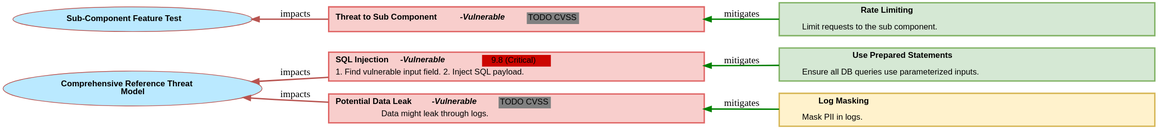
Earlier version of the PlantUML export threat-model-tool-js/test-output/img/FullFeature_ATTACKTREE.svg (corda/threat-model-tool). Its source is kept beside it as threat-model-tool-js/test-output/img/FullFeature_ATTACKTREE.puml.
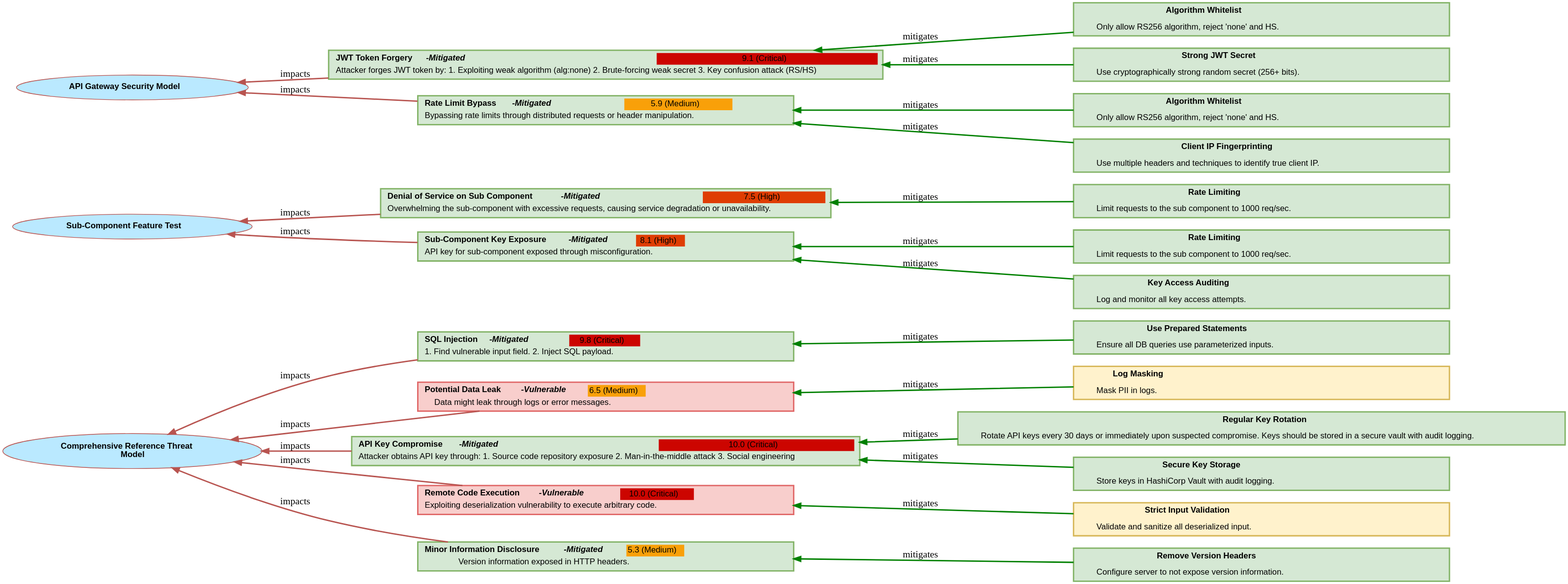
After the commit.

Diff of the diagram source:
```diff
@@ -12,11 +12,11 @@
      <b>Model</b>
    </td></tr>
  </table>>]
-"THREAT_SQL_INJECTION" [ fillcolor="#F8CECC", style=filled, shape=polygon, color="#E06666", penwidth=2,
+"THREAT_SQL_INJECTION" [ fillcolor="#D5E8D4", style=filled, shape=polygon, color="#82B366", penwidth=2,
     URL="../index.html#THREAT_SQL_INJECTION",  target="_top",
     label=
     <<table border="0" cellborder="0" cellspacing="0" width="530">
-     <tr><td align="left"><b>SQL Injection <i>-Vulnerable</i></b>
+     <tr><td align="left"><b>SQL Injection <i>-Mitigated</i></b>
      </td>  <td BGCOLOR="#cc0500">9.8 (Critical)</td></tr>
      <tr><td align="center" COLSPAN="2">1. Find vulnerable input field. 2. Inject SQL payload. </td></tr>
    </table>>
@@ -41,8 +41,8 @@
     label=
     <<table border="0" cellborder="0" cellspacing="0" width="530">
      <tr><td align="left"><b>Potential Data Leak <i>-Vulnerable</i></b>
-     </td>  <td BGCOLOR="gray">TODO CVSS</td></tr>
-     <tr><td align="center" COLSPAN="2">Data might leak through logs.</td></tr>
+     </td>  <td BGCOLOR="#f9a009">6.5 (Medium)</td></tr>
+     <tr><td align="center" COLSPAN="2">Data might leak through logs or error messages.</td></tr>
    </table>>
 ];
 
@@ -60,6 +60,91 @@
 
 "THREAT_DATA_LEAK_countermeasure0" -> "THREAT_DATA_LEAK" [label = " mitigates", style="solid", color="green", penwidth=2]
 "THREAT_DATA_LEAK" -> "FullFeature" [label="impacts ", color="#B85450", style="solid", penwidth=2]
+"THREAT_KEY_COMPROMISE" [ fillcolor="#D5E8D4", style=filled, shape=polygon, color="#82B366", penwidth=2,
+    URL="../index.html#THREAT_KEY_COMPROMISE",  target="_top",
+    label=
+    <<table border="0" cellborder="0" cellspacing="0" width="530">
+     <tr><td align="left"><b>API Key Compromise <i>-Mitigated</i></b>
+     </td>  <td BGCOLOR="#cc0500">10.0 (Critical)</td></tr>
+     <tr><td align="center" COLSPAN="2">Attacker obtains API key through: 1. Source code repository exposure 2. Man-in-the-middle attack 3. Social engineering </td></tr>
+   </table>>
+];
+
+"THREAT_KEY_COMPROMISE_countermeasure0" [
+    fillcolor="#D5E8D4", style=filled, shape=polygon, penwidth=2,
+    color="#82B366",
+    label=
+    <<table border="0" cellborder="0" cellspacing="0" width="530">
+      <tr><td align="left">
+        <b>Regular Key Rotation</b><br/><br/>
+        Rotate API keys every 30 days or immediately upon suspected compromise. Keys should be stored in a secure vault with audit logging.
+      </td></tr>
+    </table>>
+]
+
+"THREAT_KEY_COMPROMISE_countermeasure0" -> "THREAT_KEY_COMPROMISE" [label = " mitigates", style="solid", color="green", penwidth=2]
+"THREAT_KEY_COMPROMISE_countermeasure1" [
+    fillcolor="#D5E8D4", style=filled, shape=polygon, penwidth=2,
+    color="#82B366",
+    label=
+    <<table border="0" cellborder="0" cellspacing="0" width="530">
+      <tr><td align="left">
+        <b>Secure Key Storage</b><br/><br/>
+        Store keys in HashiCorp Vault with audit logging.
+      </td></tr>
+    </table>>
+]
+
+"THREAT_KEY_COMPROMISE_countermeasure1" -> "THREAT_KEY_COMPROMISE" [label = " mitigates", style="solid", color="green", penwidth=2]
+"THREAT_KEY_COMPROMISE" -> "FullFeature" [label="impacts ", color="#B85450", style="solid", penwidth=2]
+"THREAT_RCE" [ fillcolor="#F8CECC", style=filled, shape=polygon, color="#E06666", penwidth=2,
+    URL="../index.html#THREAT_RCE",  target="_top",
+    label=
+    <<table border="0" cellborder="0" cellspacing="0" width="530">
+     <tr><td align="left"><b>Remote Code Execution <i>-Vulnerable</i></b>
+     </td>  <td BGCOLOR="#cc0500">10.0 (Critical)</td></tr>
+     <tr><td align="center" COLSPAN="2">Exploiting deserialization vulnerability to execute arbitrary code. </td></tr>
+   </table>>
+];
+
+"THREAT_RCE_countermeasure0" [
+    fillcolor="#FFF2CC", style=filled, shape=polygon, penwidth=2,
+    color="#D6B656",
+    label=
+    <<table border="0" cellborder="0" cellspacing="0" width="530">
+      <tr><td align="left">
+        <b>Strict Input Validation</b><br/><br/>
+        Validate and sanitize all deserialized input.
+      </td></tr>
+    </table>>
+]
+
+"THREAT_RCE_countermeasure0" -> "THREAT_RCE" [label = " mitigates", style="solid", color="green", penwidth=2]
+"THREAT_RCE" -> "FullFeature" [label="impacts ", color="#B85450", style="solid", penwidth=2]
+"THREAT_INFO_DISCLOSURE" [ fillcolor="#D5E8D4", style=filled, shape=polygon, color="#82B366", penwidth=2,
+    URL="../index.html#THREAT_INFO_DISCLOSURE",  target="_top",
+    label=
+    <<table border="0" cellborder="0" cellspacing="0" width="530">
+     <tr><td align="left"><b>Minor Information Disclosure <i>-Mitigated</i></b>
+     </td>  <td BGCOLOR="#f9a009">5.3 (Medium)</td></tr>
+     <tr><td align="center" COLSPAN="2">Version information exposed in HTTP headers.</td></tr>
+   </table>>
+];
+
+"THREAT_INFO_DISCLOSURE_countermeasure0" [
+    fillcolor="#D5E8D4", style=filled, shape=polygon, penwidth=2,
+    color="#82B366",
+    label=
+    <<table border="0" cellborder="0" cellspacing="0" width="530">
+      <tr><td align="left">
+        <b>Remove Version Headers</b><br/><br/>
+        Configure server to not expose version information.
+      </td></tr>
+    </table>>
+]
+
+"THREAT_INFO_DISCLOSURE_countermeasure0" -> "THREAT_INFO_DISCLOSURE" [label = " mitigates", style="solid", color="green", penwidth=2]
+"THREAT_INFO_DISCLOSURE" -> "FullFeature" [label="impacts ", color="#B85450", style="solid", penwidth=2]
 "SubComponent" [fillcolor="#bae9ff", style=filled, shape=ellipse, color="#B85450",
  label=
  <<table border="0" cellborder="0" cellspacing="0">
@@ -67,29 +152,147 @@
      <b>Sub-Component Feature Test</b>
    </td></tr>
  </table>>]
-"SUB_THREAT" [ fillcolor="#F8CECC", style=filled, shape=polygon, color="#E06666", penwidth=2,
-    URL="../index.html#SUB_THREAT",  target="_top",
+"SUB_THREAT_DOS" [ fillcolor="#D5E8D4", style=filled, shape=polygon, color="#82B366", penwidth=2,
+    URL="../index.html#SUB_THREAT_DOS",  target="_top",
     label=
     <<table border="0" cellborder="0" cellspacing="0" width="530">
-     <tr><td align="left"><b>Threat to Sub Component <i>-Vulnerable</i></b>
-     </td>  <td BGCOLOR="gray">TODO CVSS</td></tr>
-     <tr><td align="center" COLSPAN="2"></td></tr>
+     <tr><td align="left"><b>Denial of Service on Sub Component <i>-Mitigated</i></b>
+     </td>  <td BGCOLOR="#df3d03">7.5 (High)</td></tr>
+     <tr><td align="center" COLSPAN="2">Overwhelming the sub-component with excessive requests, causing service degradation or unavailability. </td></tr>
    </table>>
 ];
 
-"SUB_THREAT_countermeasure0" [
+"SUB_THREAT_DOS_countermeasure0" [
     fillcolor="#D5E8D4", style=filled, shape=polygon, penwidth=2,
     color="#82B366",
     label=
     <<table border="0" cellborder="0" cellspacing="0" width="530">
       <tr><td align="left">
         <b>Rate Limiting</b><br/><br/>
-        Limit requests to the sub component.
+        Limit requests to the sub component to 1000 req/sec.
       </td></tr>
     </table>>
 ]
 
-"SUB_THREAT_countermeasure0" -> "SUB_THREAT" [label = " mitigates", style="solid", color="green", penwidth=2]
-"SUB_THREAT" -> "SubComponent" [label="impacts ", color="#B85450", style="solid", penwidth=2]
+"SUB_THREAT_DOS_countermeasure0" -> "SUB_THREAT_DOS" [label = " mitigates", style="solid", color="green", penwidth=2]
+"SUB_THREAT_DOS" -> "SubComponent" [label="impacts ", color="#B85450", style="solid", penwidth=2]
+"SUB_THREAT_KEY_LEAK" [ fillcolor="#D5E8D4", style=filled, shape=polygon, color="#82B366", penwidth=2,
+    URL="../index.html#SUB_THREAT_KEY_LEAK",  target="_top",
+    label=
+    <<table border="0" cellborder="0" cellspacing="0" width="530">
+     <tr><td align="left"><b>Sub-Component Key Exposure <i>-Mitigated</i></b>
+     </td>  <td BGCOLOR="#df3d03">8.1 (High)</td></tr>
+     <tr><td align="center" COLSPAN="2">API key for sub-component exposed through misconfiguration.</td></tr>
+   </table>>
+];
+
+"SUB_THREAT_KEY_LEAK_countermeasure0" [
+    fillcolor="#D5E8D4", style=filled, shape=polygon, penwidth=2,
+    color="#82B366",
+    label=
+    <<table border="0" cellborder="0" cellspacing="0" width="530">
+      <tr><td align="left">
+        <b>Rate Limiting</b><br/><br/>
+        Limit requests to the sub component to 1000 req/sec.
+      </td></tr>
+    </table>>
+]
+
+"SUB_THREAT_KEY_LEAK_countermeasure0" -> "SUB_THREAT_KEY_LEAK" [label = " mitigates", style="solid", color="green", penwidth=2]
+"SUB_THREAT_KEY_LEAK_countermeasure1" [
+    fillcolor="#D5E8D4", style=filled, shape=polygon, penwidth=2,
+    color="#82B366",
+    label=
+    <<table border="0" cellborder="0" cellspacing="0" width="530">
+      <tr><td align="left">
+        <b>Key Access Auditing</b><br/><br/>
+        Log and monitor all key access attempts.
+      </td></tr>
+    </table>>
+]
+
+"SUB_THREAT_KEY_LEAK_countermeasure1" -> "SUB_THREAT_KEY_LEAK" [label = " mitigates", style="solid", color="green", penwidth=2]
+"SUB_THREAT_KEY_LEAK" -> "SubComponent" [label="impacts ", color="#B85450", style="solid", penwidth=2]
+"ApiGateway" [fillcolor="#bae9ff", style=filled, shape=ellipse, color="#B85450",
+ label=
+ <<table border="0" cellborder="0" cellspacing="0">
+   <tr><td align="left">
+     <b>API Gateway Security Model</b>
+   </td></tr>
+ </table>>]
+"GW_JWT_FORGERY" [ fillcolor="#D5E8D4", style=filled, shape=polygon, color="#82B366", penwidth=2,
+    URL="../index.html#GW_JWT_FORGERY",  target="_top",
+    label=
+    <<table border="0" cellborder="0" cellspacing="0" width="530">
+     <tr><td align="left"><b>JWT Token Forgery <i>-Mitigated</i></b>
+     </td>  <td BGCOLOR="#cc0500">9.1 (Critical)</td></tr>
+     <tr><td align="center" COLSPAN="2">Attacker forges JWT token by: 1. Exploiting weak algorithm (alg:none) 2. Brute-forcing weak secret 3. Key confusion attack (RS/HS) </td></tr>
+   </table>>
+];
+
+"GW_JWT_FORGERY_countermeasure0" [
+    fillcolor="#D5E8D4", style=filled, shape=polygon, penwidth=2,
+    color="#82B366",
+    label=
+    <<table border="0" cellborder="0" cellspacing="0" width="530">
+      <tr><td align="left">
+        <b>Algorithm Whitelist</b><br/><br/>
+        Only allow RS256 algorithm, reject 'none' and HS.
+      </td></tr>
+    </table>>
+]
+
+"GW_JWT_FORGERY_countermeasure0" -> "GW_JWT_FORGERY" [label = " mitigates", style="solid", color="green", penwidth=2]
+"GW_JWT_FORGERY_countermeasure1" [
+    fillcolor="#D5E8D4", style=filled, shape=polygon, penwidth=2,
+    color="#82B366",
+    label=
+    <<table border="0" cellborder="0" cellspacing="0" width="530">
+      <tr><td align="left">
+        <b>Strong JWT Secret</b><br/><br/>
+        Use cryptographically strong random secret (256+ bits).
+      </td></tr>
+    </table>>
+]
+
+"GW_JWT_FORGERY_countermeasure1" -> "GW_JWT_FORGERY" [label = " mitigates", style="solid", color="green", penwidth=2]
+"GW_JWT_FORGERY" -> "ApiGateway" [label="impacts ", color="#B85450", style="solid", penwidth=2]
+"GW_RATE_LIMIT_BYPASS" [ fillcolor="#D5E8D4", style=filled, shape=polygon, color="#82B366", penwidth=2,
+    URL="../index.html#GW_RATE_LIMIT_BYPASS",  target="_top",
+    label=
+    <<table border="0" cellborder="0" cellspacing="0" width="530">
+     <tr><td align="left"><b>Rate Limit Bypass <i>-Mitigated</i></b>
+     </td>  <td BGCOLOR="#f9a009">5.9 (Medium)</td></tr>
+     <tr><td align="center" COLSPAN="2">Bypassing rate limits through distributed requests or header manipulation.</td></tr>
+   </table>>
+];
+
+"GW_RATE_LIMIT_BYPASS_countermeasure0" [
+    fillcolor="#D5E8D4", style=filled, shape=polygon, penwidth=2,
+    color="#82B366",
+    label=
+    <<table border="0" cellborder="0" cellspacing="0" width="530">
+      <tr><td align="left">
+        <b>Algorithm Whitelist</b><br/><br/>
+        Only allow RS256 algorithm, reject 'none' and HS.
+      </td></tr>
+    </table>>
+]
+
+"GW_RATE_LIMIT_BYPASS_countermeasure0" -> "GW_RATE_LIMIT_BYPASS" [label = " mitigates", style="solid", color="green", penwidth=2]
+"GW_RATE_LIMIT_BYPASS_countermeasure1" [
+    fillcolor="#D5E8D4", style=filled, shape=polygon, penwidth=2,
+    color="#82B366",
+    label=
+    <<table border="0" cellborder="0" cellspacing="0" width="530">
+      <tr><td align="left">
+        <b>Client IP Fingerprinting</b><br/><br/>
+        Use multiple headers and techniques to identify true client IP.
+      </td></tr>
+    </table>>
+]
+
+"GW_RATE_LIMIT_BYPASS_countermeasure1" -> "GW_RATE_LIMIT_BYPASS" [label = " mitigates", style="solid", color="green", penwidth=2]
+"GW_RATE_LIMIT_BYPASS" -> "ApiGateway" [label="impacts ", color="#B85450", style="solid", penwidth=2]
 }
 @enduml
```
